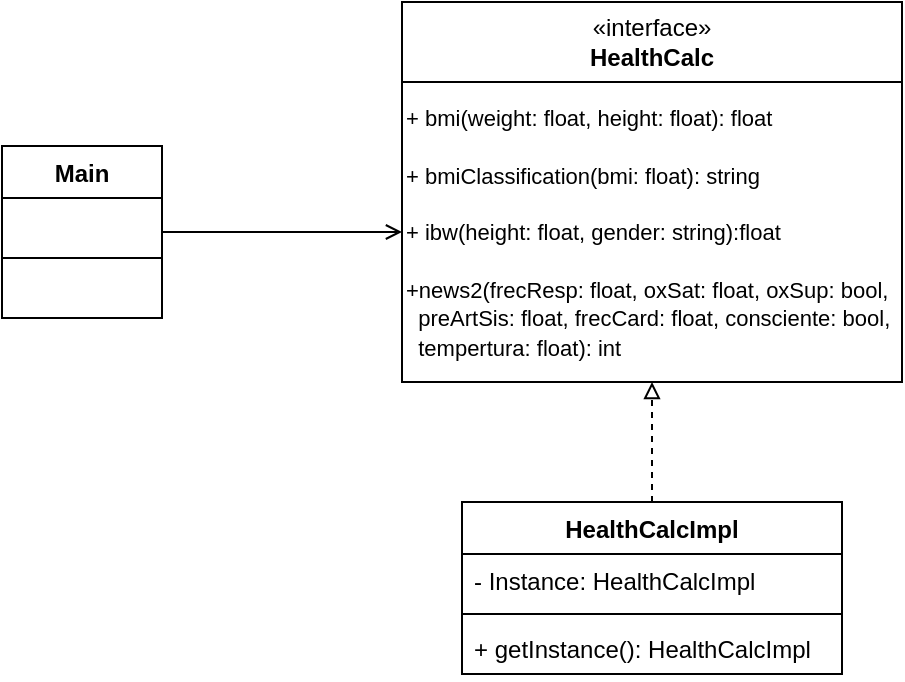
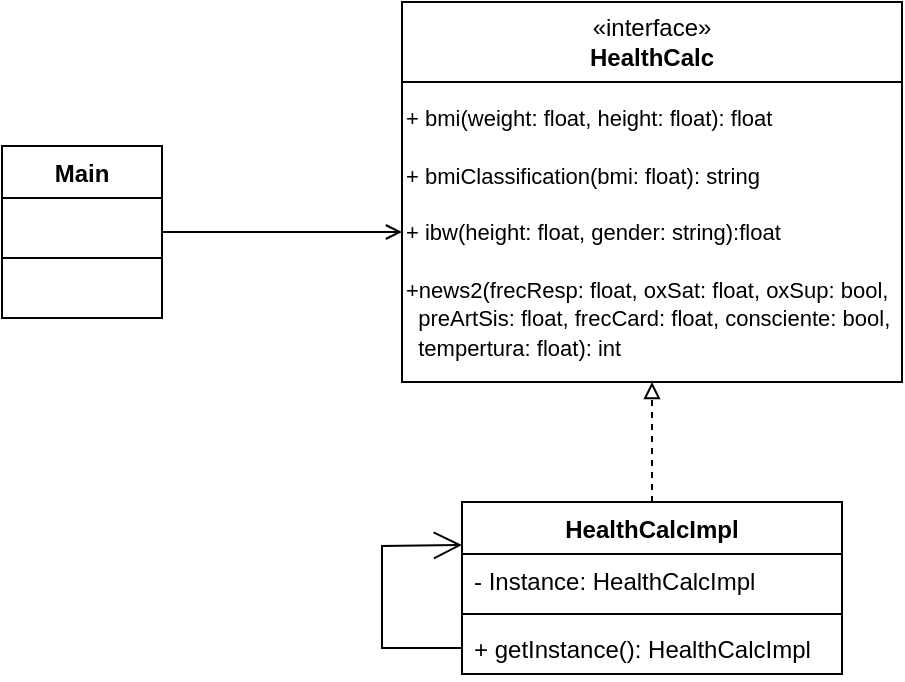
<mxfile host="app.diagrams.net">
  <diagram name="Página-1" id="E78MLuHBElNN2l2lkKlx">
    <mxGraphModel grid="1" page="1" gridSize="10" guides="1" tooltips="1" connect="1" arrows="1" fold="1" pageScale="1" pageWidth="827" pageHeight="1169" math="0" shadow="0">
      <root>
        <mxCell id="0" />
        <mxCell id="1" parent="0" />
        <mxCell id="em9tqo8Gsy9N_hPGcutV-5" parent="1" style="rounded=0;whiteSpace=wrap;html=1;" value="«interface»&lt;div&gt;&lt;b&gt;HealthCalc&lt;/b&gt;&lt;/div&gt;" vertex="1">
-           <mxGeometry height="40" width="250" x="330" y="180" as="geometry" />
+           <mxGeometry height="40" width="250" x="220" y="180" as="geometry" />
        </mxCell>
        <mxCell id="em9tqo8Gsy9N_hPGcutV-6" parent="1" style="rounded=0;whiteSpace=wrap;html=1;align=left;" value="&lt;font style=&quot;font-size: 11px;&quot;&gt;+ b&lt;font face=&quot;Helvetica&quot;&gt;m&lt;font style=&quot;color: rgb(0, 0, 0); background-color: light-dark(#ffffff, var(--ge-dark-color, #121212));&quot;&gt;i(&lt;span style=&quot;white-space: pre;&quot;&gt;weight&lt;/span&gt;&lt;span style=&quot;white-space: pre;&quot;&gt;: &lt;/span&gt;&lt;span style=&quot;white-space: pre;&quot;&gt;float&lt;/span&gt;&lt;span style=&quot;white-space: pre;&quot;&gt;, &lt;/span&gt;&lt;span style=&quot;white-space: pre;&quot;&gt;height&lt;/span&gt;&lt;span style=&quot;white-space: pre;&quot;&gt;: &lt;/span&gt;&lt;span style=&quot;white-space: pre;&quot;&gt;float&lt;/span&gt;&lt;span style=&quot;white-space: pre;&quot;&gt;): &lt;/span&gt;&lt;span style=&quot;white-space: pre;&quot;&gt;float&lt;/span&gt;&lt;/font&gt;&lt;/font&gt;&lt;/font&gt;&lt;div&gt;&lt;span style=&quot;font-size: 11px; white-space: pre;&quot;&gt;&lt;br&gt;&lt;/span&gt;&lt;div&gt;&lt;font style=&quot;font-size: 11px;&quot;&gt;&lt;font face=&quot;Helvetica&quot;&gt;&lt;font style=&quot;color: rgb(0, 0, 0); background-color: light-dark(#ffffff, var(--ge-dark-color, #121212));&quot;&gt;&lt;span style=&quot;white-space: pre;&quot;&gt;+ bmiClassification(bmi: float): string&lt;/span&gt;&lt;/font&gt;&lt;/font&gt;&lt;/font&gt;&lt;/div&gt;&lt;div&gt;&lt;font style=&quot;font-size: 11px;&quot;&gt;&lt;font face=&quot;Helvetica&quot;&gt;&lt;font style=&quot;color: rgb(0, 0, 0); background-color: light-dark(#ffffff, var(--ge-dark-color, #121212));&quot;&gt;&lt;span style=&quot;white-space: pre;&quot;&gt;&lt;br&gt;&lt;/span&gt;&lt;/font&gt;&lt;/font&gt;&lt;/font&gt;&lt;/div&gt;&lt;div&gt;&lt;font style=&quot;font-size: 11px;&quot;&gt;&lt;font face=&quot;Helvetica&quot;&gt;&lt;font style=&quot;color: rgb(0, 0, 0); background-color: light-dark(#ffffff, var(--ge-dark-color, #121212));&quot;&gt;&lt;span style=&quot;white-space: pre;&quot;&gt;+ ibw(height: float, gender: string):float&lt;/span&gt;&lt;/font&gt;&lt;/font&gt;&lt;/font&gt;&lt;/div&gt;&lt;div&gt;&lt;font style=&quot;font-size: 11px;&quot;&gt;&lt;font face=&quot;Helvetica&quot;&gt;&lt;font style=&quot;color: rgb(0, 0, 0); background-color: light-dark(#ffffff, var(--ge-dark-color, #121212));&quot;&gt;&lt;span style=&quot;white-space: pre;&quot;&gt;&lt;br&gt;&lt;/span&gt;&lt;/font&gt;&lt;/font&gt;&lt;/font&gt;&lt;/div&gt;&lt;div&gt;&lt;font style=&quot;font-size: 11px;&quot;&gt;&lt;font face=&quot;Helvetica&quot;&gt;&lt;font style=&quot;color: rgb(0, 0, 0); background-color: light-dark(#ffffff, var(--ge-dark-color, #121212));&quot;&gt;&lt;span style=&quot;white-space: pre;&quot;&gt;+news2(frecResp: float, oxSat: float, &lt;/span&gt;&lt;/font&gt;&lt;/font&gt;&lt;/font&gt;&lt;span style=&quot;white-space: pre; background-color: light-dark(#ffffff, var(--ge-dark-color, #121212)); color: light-dark(rgb(0, 0, 0), rgb(237, 237, 237)); font-size: 11px;&quot;&gt;oxSup: bool, &lt;/span&gt;&lt;/div&gt;&lt;div&gt;&lt;span style=&quot;white-space: pre; background-color: light-dark(#ffffff, var(--ge-dark-color, #121212)); color: light-dark(rgb(0, 0, 0), rgb(237, 237, 237)); font-size: 11px;&quot;&gt;  preArtSis: float, &lt;/span&gt;&lt;span style=&quot;white-space: pre; background-color: light-dark(#ffffff, var(--ge-dark-color, #121212)); color: light-dark(rgb(0, 0, 0), rgb(237, 237, 237)); font-size: 11px;&quot;&gt;frecCard: float, consciente: bool,&lt;/span&gt;&lt;/div&gt;&lt;div&gt;&lt;font style=&quot;font-size: 11px;&quot;&gt;&lt;font face=&quot;Helvetica&quot;&gt;&lt;font style=&quot;color: rgb(0, 0, 0); background-color: light-dark(#ffffff, var(--ge-dark-color, #121212));&quot;&gt;&lt;span style=&quot;white-space: pre;&quot;&gt;  tempertura: float): int&lt;/span&gt;&lt;/font&gt;&lt;/font&gt;&lt;/font&gt;&lt;/div&gt;&lt;/div&gt;" vertex="1">
-           <mxGeometry height="150" width="250" x="330" y="220" as="geometry" />
+           <mxGeometry height="150" width="250" x="220" y="220" as="geometry" />
        </mxCell>
        <mxCell id="em9tqo8Gsy9N_hPGcutV-17" edge="1" parent="1" source="em9tqo8Gsy9N_hPGcutV-7" style="edgeStyle=orthogonalEdgeStyle;rounded=0;orthogonalLoop=1;jettySize=auto;html=1;endArrow=open;endFill=0;" target="em9tqo8Gsy9N_hPGcutV-6">
          <mxGeometry relative="1" as="geometry" />
        </mxCell>
        <mxCell id="em9tqo8Gsy9N_hPGcutV-7" parent="1" style="swimlane;fontStyle=1;align=center;verticalAlign=top;childLayout=stackLayout;horizontal=1;startSize=26;horizontalStack=0;resizeParent=1;resizeParentMax=0;resizeLast=0;collapsible=1;marginBottom=0;whiteSpace=wrap;html=1;" value="Main" vertex="1">
-           <mxGeometry height="86" width="80" x="130" y="252" as="geometry" />
+           <mxGeometry height="86" width="80" x="20" y="252" as="geometry" />
        </mxCell>
        <mxCell id="em9tqo8Gsy9N_hPGcutV-8" parent="em9tqo8Gsy9N_hPGcutV-7" style="text;strokeColor=none;fillColor=none;align=left;verticalAlign=top;spacingLeft=4;spacingRight=4;overflow=hidden;rotatable=0;points=[[0,0.5],[1,0.5]];portConstraint=eastwest;whiteSpace=wrap;html=1;" value="&amp;nbsp;" vertex="1">
          <mxGeometry height="26" width="80" y="26" as="geometry" />
        </mxCell>
        <mxCell id="em9tqo8Gsy9N_hPGcutV-9" parent="em9tqo8Gsy9N_hPGcutV-7" style="line;strokeWidth=1;fillColor=none;align=left;verticalAlign=middle;spacingTop=-1;spacingLeft=3;spacingRight=3;rotatable=0;labelPosition=right;points=[];portConstraint=eastwest;strokeColor=inherit;" value="" vertex="1">
          <mxGeometry height="8" width="80" y="52" as="geometry" />
        </mxCell>
        <mxCell id="em9tqo8Gsy9N_hPGcutV-10" parent="em9tqo8Gsy9N_hPGcutV-7" style="text;strokeColor=none;fillColor=none;align=left;verticalAlign=top;spacingLeft=4;spacingRight=4;overflow=hidden;rotatable=0;points=[[0,0.5],[1,0.5]];portConstraint=eastwest;whiteSpace=wrap;html=1;" value="&amp;nbsp;" vertex="1">
          <mxGeometry height="26" width="80" y="60" as="geometry" />
        </mxCell>
        <mxCell id="em9tqo8Gsy9N_hPGcutV-18" edge="1" parent="1" source="em9tqo8Gsy9N_hPGcutV-12" style="edgeStyle=orthogonalEdgeStyle;rounded=0;orthogonalLoop=1;jettySize=auto;html=1;dashed=1;endArrow=block;endFill=0;" target="em9tqo8Gsy9N_hPGcutV-6">
          <mxGeometry relative="1" as="geometry" />
        </mxCell>
        <mxCell id="em9tqo8Gsy9N_hPGcutV-12" parent="1" style="swimlane;fontStyle=1;align=center;verticalAlign=top;childLayout=stackLayout;horizontal=1;startSize=26;horizontalStack=0;resizeParent=1;resizeParentMax=0;resizeLast=0;collapsible=1;marginBottom=0;whiteSpace=wrap;html=1;" value="HealthCalcImpl" vertex="1">
-           <mxGeometry height="86" width="190" x="360" y="430" as="geometry" />
+           <mxGeometry height="86" width="190" x="250" y="430" as="geometry" />
        </mxCell>
        <mxCell id="em9tqo8Gsy9N_hPGcutV-13" parent="em9tqo8Gsy9N_hPGcutV-12" style="text;strokeColor=none;fillColor=none;align=left;verticalAlign=top;spacingLeft=4;spacingRight=4;overflow=hidden;rotatable=0;points=[[0,0.5],[1,0.5]];portConstraint=eastwest;whiteSpace=wrap;html=1;" value="- Instance: HealthCalcImpl" vertex="1">
          <mxGeometry height="26" width="190" y="26" as="geometry" />
        </mxCell>
        <mxCell id="em9tqo8Gsy9N_hPGcutV-14" parent="em9tqo8Gsy9N_hPGcutV-12" style="line;strokeWidth=1;fillColor=none;align=left;verticalAlign=middle;spacingTop=-1;spacingLeft=3;spacingRight=3;rotatable=0;labelPosition=right;points=[];portConstraint=eastwest;strokeColor=inherit;" value="" vertex="1">
          <mxGeometry height="8" width="190" y="52" as="geometry" />
        </mxCell>
        <mxCell id="em9tqo8Gsy9N_hPGcutV-15" parent="em9tqo8Gsy9N_hPGcutV-12" style="text;strokeColor=none;fillColor=none;align=left;verticalAlign=top;spacingLeft=4;spacingRight=4;overflow=hidden;rotatable=0;points=[[0,0.5],[1,0.5]];portConstraint=eastwest;whiteSpace=wrap;html=1;" value="+ getInstance(): HealthCalcImpl" vertex="1">
          <mxGeometry height="26" width="190" y="60" as="geometry" />
        </mxCell>
+         <mxCell id="YuZmazbS79PfXxSUC67h-10" edge="1" parent="em9tqo8Gsy9N_hPGcutV-12" source="em9tqo8Gsy9N_hPGcutV-15" style="endArrow=open;endFill=1;endSize=12;html=1;rounded=0;exitX=0;exitY=0.5;exitDx=0;exitDy=0;entryX=0;entryY=0.25;entryDx=0;entryDy=0;" target="em9tqo8Gsy9N_hPGcutV-12" value="">
+           <mxGeometry relative="1" width="160" as="geometry">
+             <Array as="points">
+               <mxPoint x="-40" y="73" />
+               <mxPoint x="-40" y="22" />
+             </Array>
+             <mxPoint x="-80" y="60" as="sourcePoint" />
+             <mxPoint y="10" as="targetPoint" />
+           </mxGeometry>
+         </mxCell>
      </root>
    </mxGraphModel>
  </diagram>
</mxfile>
